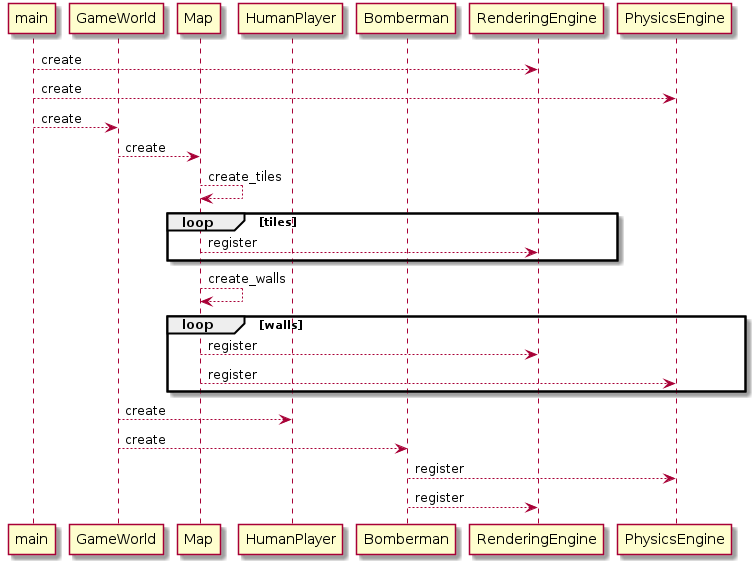
Before: docs/img/UC_1_1.png, a diagram exported from PlantUML (NadzwyczajnaGrupaRobocza/bomberman).
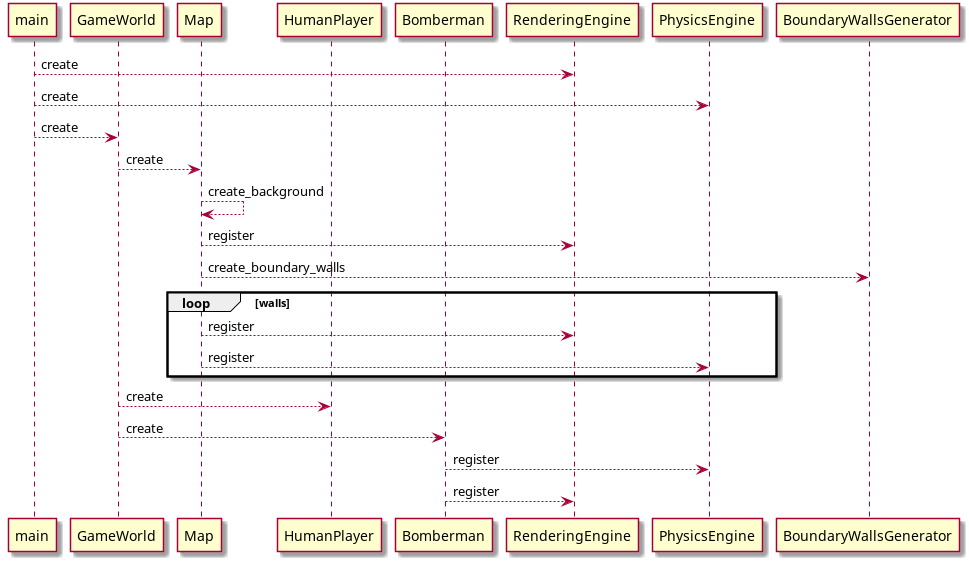
The same file after the commit.

The edit, as a diff of the source:
```diff
@@ -14,12 +14,10 @@
 main --> GameWorld : create
 GameWorld --> Map : create
 
-Map --> Map : create_tiles
-loop tiles
-  Map --> RenderingEngine : register
-end
+Map --> Map : create_background
+Map --> RenderingEngine : register
 
-Map --> Map : create_walls
+Map --> BoundaryWallsGenerator : create_boundary_walls
 loop walls
   Map --> RenderingEngine : register
   Map --> PhysicsEngine : register
```
